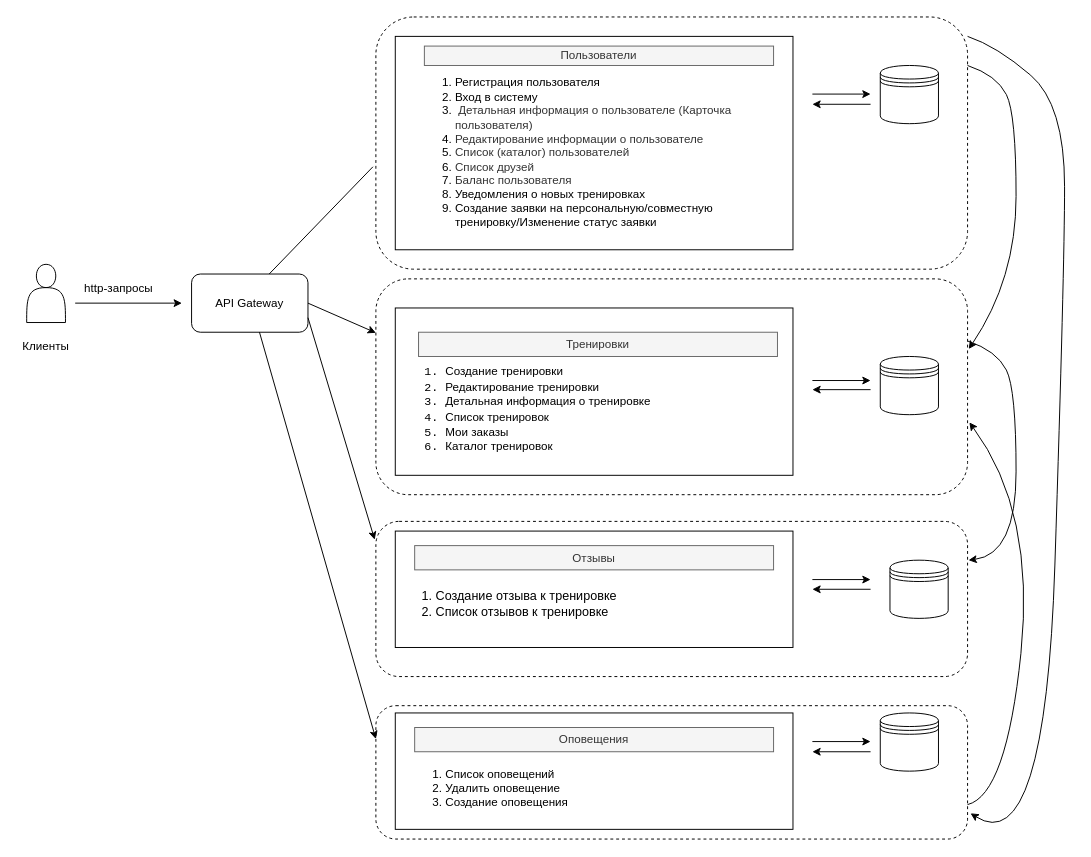
This is specification.drawio from GSotskova/FitFriends, a draw.io file, before an edit. Source tidied: cells renumbered, new cells numbered last; positions are measured from the earlier drawing's top-left corner, leaving out a move shared by most shapes. Both pictures are drawn from the tidied source at 97%, with x=0, y=0 at pixel (16, 16).
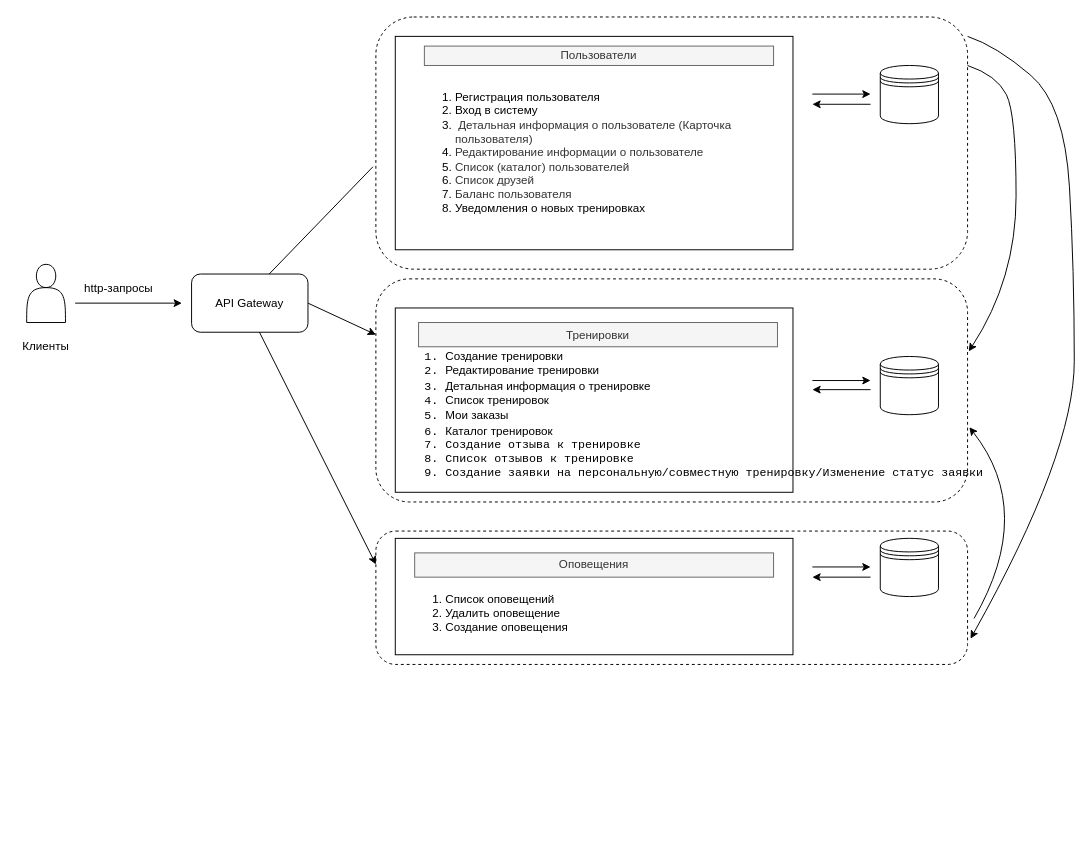
The same page after the edit.

Diff of the diagram source:
```diff
@@
     <mxCell id="2" style="rounded=1;whiteSpace=wrap;html=1;fillColor=none;dashed=1;" parent="1" vertex="1">
-      <mxGeometry x="370" y="710" width="610" height="137.5" as="geometry" />
+      <mxGeometry x="370" y="530" width="610" height="137.5" as="geometry" />
     </mxCell>
@@
     <mxCell id="4" style="rounded=1;whiteSpace=wrap;html=1;fillColor=none;dashed=1;" parent="1" vertex="1">
-      <mxGeometry x="370" y="270" width="610" height="222.5" as="geometry" />
+      <mxGeometry x="370" y="270" width="610" height="230" as="geometry" />
     </mxCell>
-    <mxCell id="5" style="rounded=1;whiteSpace=wrap;html=1;fillColor=none;dashed=1;" parent="1" vertex="1">
-      <mxGeometry x="370" y="520" width="610" height="160" as="geometry" />
-    </mxCell>
@@
     <mxCell id="12" style="rounded=0;whiteSpace=wrap;html=1;" parent="1" vertex="1">
-      <mxGeometry x="390" y="300" width="410" height="172.5" as="geometry" />
+      <mxGeometry x="390" y="300" width="410" height="190" as="geometry" />
     </mxCell>
-    <mxCell id="13" style="rounded=0;whiteSpace=wrap;html=1;" parent="1" vertex="1">
-      <mxGeometry x="390" y="530" width="410" height="120" as="geometry" />
-    </mxCell>
@@
-    <mxCell id="16" style="shape=datastore;whiteSpace=wrap;html=1;" parent="1" vertex="1">
-      <mxGeometry x="900" y="560" width="60" height="60" as="geometry" />
-    </mxCell>
@@
-    <mxCell id="19" style="endArrow=classic;html=1;rounded=0;" parent="1" edge="1">
-      <mxGeometry relative="1" as="geometry">
-        <mxPoint x="820" y="580" as="sourcePoint" />
-        <mxPoint x="880" y="580" as="targetPoint" />
-      </mxGeometry>
-    </mxCell>
@@
-    <mxCell id="22" style="endArrow=classic;html=1;rounded=0;" parent="1" edge="1">
-      <mxGeometry relative="1" as="geometry">
-        <mxPoint x="880" y="590" as="sourcePoint" />
-        <mxPoint x="820" y="590" as="targetPoint" />
-      </mxGeometry>
-    </mxCell>
@@
     <mxCell id="24" value="Тренировки" style="text;align=center;html=1;verticalAlign=middle;whiteSpace=wrap;rounded=0;labelBorderColor=none;fillColor=#f5f5f5;fontColor=#333333;strokeColor=#666666;" parent="1" vertex="1">
-      <mxGeometry x="414" y="325" width="370" height="25" as="geometry" />
+      <mxGeometry x="414" y="315" width="370" height="25" as="geometry" />
     </mxCell>
-    <mxCell id="25" value="Отзывы" style="text;align=center;html=1;verticalAlign=middle;whiteSpace=wrap;rounded=0;labelBorderColor=none;fillColor=#f5f5f5;fontColor=#333333;strokeColor=#666666;" parent="1" vertex="1">
-      <mxGeometry x="410" y="545" width="370" height="25" as="geometry" />
-    </mxCell>
-    <mxCell id="26" value="&lt;p style=&quot;font-size: 12px;&quot;&gt;&lt;/p&gt;&lt;ol style=&quot;font-size: 12px;&quot;&gt;&lt;li style=&quot;font-size: 12px;&quot;&gt;Регистрация пользователя&lt;br&gt;&lt;/li&gt;&lt;li style=&quot;font-size: 12px;&quot;&gt;Вход в систему&lt;/li&gt;&lt;li style=&quot;font-size: 12px;&quot;&gt;&lt;span style=&quot;background-color: rgb(255, 255, 255); color: rgb(51, 51, 51); font-family: &amp;quot;TT Norms Pro&amp;quot;, Arial, sans-serif; font-variant-ligatures: none; font-size: 12px;&quot;&gt;&amp;nbsp;Детальная информация о пользователе (Карточка пользователя)&lt;br&gt;&lt;/span&gt;&lt;/li&gt;&lt;li style=&quot;font-size: 12px;&quot;&gt;&lt;span style=&quot;background-color: rgb(255, 255, 255); color: rgb(51, 51, 51); font-family: &amp;quot;TT Norms Pro&amp;quot;, Arial, sans-serif; font-variant-ligatures: none; font-size: 12px;&quot;&gt;Редактирование информации о пользователе&lt;br&gt;&lt;/span&gt;&lt;/li&gt;&lt;li style=&quot;font-size: 12px;&quot;&gt;&lt;span style=&quot;background-color: rgb(255, 255, 255); color: rgb(51, 51, 51); font-family: &amp;quot;TT Norms Pro&amp;quot;, Arial, sans-serif; font-variant-ligatures: none; font-size: 12px;&quot;&gt;Список (каталог) пользователей&lt;br&gt;&lt;/span&gt;&lt;/li&gt;&lt;li style=&quot;font-size: 12px;&quot;&gt;&lt;span style=&quot;background-color: rgb(255, 255, 255); color: rgb(51, 51, 51); font-family: &amp;quot;TT Norms Pro&amp;quot;, Arial, sans-serif; font-variant-ligatures: none; font-size: 12px;&quot;&gt;Список друзей&lt;br&gt;&lt;/span&gt;&lt;/li&gt;&lt;li style=&quot;font-size: 12px;&quot;&gt;&lt;span style=&quot;background-color: rgb(255, 255, 255); color: rgb(51, 51, 51); font-family: &amp;quot;TT Norms Pro&amp;quot;, Arial, sans-serif; font-variant-ligatures: none; font-size: 12px;&quot;&gt;Баланс пользователя&lt;br&gt;&lt;/span&gt;&lt;/li&gt;&lt;li style=&quot;border-color: var(--border-color);&quot;&gt;Уведомления о новых тренировках&lt;/li&gt;&lt;li style=&quot;border-color: var(--border-color);&quot;&gt;Создание заявки на персональную/совместную тренировку/Изменение статус заявки&lt;/li&gt;&lt;/ol&gt;&lt;p style=&quot;font-size: 12px;&quot;&gt;&lt;/p&gt;" style="text;strokeColor=none;align=left;fillColor=none;html=1;verticalAlign=middle;whiteSpace=wrap;rounded=0;fontSize=12;" parent="1" vertex="1">
+    <mxCell id="26" value="&lt;p style=&quot;font-size: 12px;&quot;&gt;&lt;/p&gt;&lt;ol style=&quot;font-size: 12px;&quot;&gt;&lt;li style=&quot;font-size: 12px;&quot;&gt;Регистрация пользователя&lt;br&gt;&lt;/li&gt;&lt;li style=&quot;font-size: 12px;&quot;&gt;Вход в систему&lt;/li&gt;&lt;li style=&quot;font-size: 12px;&quot;&gt;&lt;span style=&quot;background-color: rgb(255, 255, 255); color: rgb(51, 51, 51); font-family: &amp;quot;TT Norms Pro&amp;quot;, Arial, sans-serif; font-variant-ligatures: none; font-size: 12px;&quot;&gt;&amp;nbsp;Детальная информация о пользователе (Карточка пользователя)&lt;br&gt;&lt;/span&gt;&lt;/li&gt;&lt;li style=&quot;font-size: 12px;&quot;&gt;&lt;span style=&quot;background-color: rgb(255, 255, 255); color: rgb(51, 51, 51); font-family: &amp;quot;TT Norms Pro&amp;quot;, Arial, sans-serif; font-variant-ligatures: none; font-size: 12px;&quot;&gt;Редактирование информации о пользователе&lt;br&gt;&lt;/span&gt;&lt;/li&gt;&lt;li style=&quot;font-size: 12px;&quot;&gt;&lt;span style=&quot;background-color: rgb(255, 255, 255); color: rgb(51, 51, 51); font-family: &amp;quot;TT Norms Pro&amp;quot;, Arial, sans-serif; font-variant-ligatures: none; font-size: 12px;&quot;&gt;Список (каталог) пользователей&lt;br&gt;&lt;/span&gt;&lt;/li&gt;&lt;li style=&quot;font-size: 12px;&quot;&gt;&lt;span style=&quot;background-color: rgb(255, 255, 255); color: rgb(51, 51, 51); font-family: &amp;quot;TT Norms Pro&amp;quot;, Arial, sans-serif; font-variant-ligatures: none; font-size: 12px;&quot;&gt;Список друзей&lt;br&gt;&lt;/span&gt;&lt;/li&gt;&lt;li style=&quot;font-size: 12px;&quot;&gt;&lt;span style=&quot;background-color: rgb(255, 255, 255); color: rgb(51, 51, 51); font-family: &amp;quot;TT Norms Pro&amp;quot;, Arial, sans-serif; font-variant-ligatures: none; font-size: 12px;&quot;&gt;Баланс пользователя&lt;br&gt;&lt;/span&gt;&lt;/li&gt;&lt;li style=&quot;border-color: var(--border-color);&quot;&gt;Уведомления о новых тренировках&lt;/li&gt;&lt;/ol&gt;&lt;p style=&quot;font-size: 12px;&quot;&gt;&lt;/p&gt;" style="text;strokeColor=none;align=left;fillColor=none;html=1;verticalAlign=middle;whiteSpace=wrap;rounded=0;fontSize=12;" parent="1" vertex="1">
       <mxGeometry x="410" y="100" width="350" height="80" as="geometry" />
     </mxCell>
-    <mxCell id="27" value="&lt;p style=&quot;font-size: 12px;&quot;&gt;&lt;/p&gt;&lt;pre style=&quot;font-size: 12px;&quot;&gt;&lt;p style=&quot;font-size: 12px;&quot;&gt;&lt;/p&gt;&lt;p style=&quot;font-size: 12px;&quot;&gt;&lt;/p&gt;&lt;p style=&quot;font-size: 12px;&quot;&gt;&lt;/p&gt;&lt;ol style=&quot;font-size: 12px;&quot;&gt;&lt;li style=&quot;font-size: 12px;&quot;&gt;&lt;font face=&quot;Helvetica&quot;&gt;Создание тренировки&lt;br&gt;&lt;/font&gt;&lt;/li&gt;&lt;li style=&quot;font-size: 12px;&quot;&gt;&lt;font face=&quot;Helvetica&quot;&gt;Редактирование тренировки&lt;br&gt;&lt;/font&gt;&lt;/li&gt;&lt;li style=&quot;font-size: 12px;&quot;&gt;&lt;font face=&quot;Helvetica&quot;&gt;Детальная информация о тренировке&lt;br&gt;&lt;/font&gt;&lt;/li&gt;&lt;li style=&quot;font-size: 12px;&quot;&gt;&lt;font face=&quot;Helvetica&quot;&gt;Список тренировок&lt;br&gt;&lt;/font&gt;&lt;/li&gt;&lt;li style=&quot;font-size: 12px;&quot;&gt;&lt;font face=&quot;Helvetica&quot;&gt;Мои заказы&lt;/font&gt;&lt;/li&gt;&lt;li style=&quot;font-size: 12px;&quot;&gt;&lt;font face=&quot;Helvetica&quot;&gt;Каталог тренировок&lt;/font&gt;&lt;br&gt;&lt;/li&gt;&lt;/ol&gt;&lt;p style=&quot;font-size: 12px;&quot;&gt;&lt;/p&gt;&lt;p style=&quot;font-size: 12px;&quot;&gt;&lt;/p&gt;&lt;p style=&quot;font-size: 12px;&quot;&gt;&lt;/p&gt;&lt;/pre&gt;&lt;p style=&quot;font-size: 12px;&quot;&gt;&lt;/p&gt;&lt;div style=&quot;font-size: 12px;&quot;&gt;&lt;/div&gt;" style="text;strokeColor=none;align=left;fillColor=none;html=1;verticalAlign=middle;whiteSpace=wrap;rounded=0;fontSize=12;fontFamily=Helvetica;" parent="1" vertex="1">
-      <mxGeometry x="400" y="390" width="390" height="30" as="geometry" />
+    <mxCell id="27" value="&lt;p style=&quot;font-size: 12px;&quot;&gt;&lt;/p&gt;&lt;pre style=&quot;font-size: 12px;&quot;&gt;&lt;p style=&quot;font-size: 12px;&quot;&gt;&lt;/p&gt;&lt;p style=&quot;font-size: 12px;&quot;&gt;&lt;/p&gt;&lt;p style=&quot;font-size: 12px;&quot;&gt;&lt;/p&gt;&lt;ol style=&quot;font-size: 12px;&quot;&gt;&lt;li style=&quot;font-size: 12px;&quot;&gt;&lt;font face=&quot;Helvetica&quot;&gt;Создание тренировки&lt;br&gt;&lt;/font&gt;&lt;/li&gt;&lt;li style=&quot;font-size: 12px;&quot;&gt;&lt;font face=&quot;Helvetica&quot;&gt;Редактирование тренировки&lt;br&gt;&lt;/font&gt;&lt;/li&gt;&lt;li style=&quot;font-size: 12px;&quot;&gt;&lt;font face=&quot;Helvetica&quot;&gt;Детальная информация о тренировке&lt;br&gt;&lt;/font&gt;&lt;/li&gt;&lt;li style=&quot;font-size: 12px;&quot;&gt;&lt;font face=&quot;Helvetica&quot;&gt;Список тренировок&lt;br&gt;&lt;/font&gt;&lt;/li&gt;&lt;li style=&quot;font-size: 12px;&quot;&gt;&lt;font face=&quot;Helvetica&quot;&gt;Мои заказы&lt;/font&gt;&lt;/li&gt;&lt;li style=&quot;font-size: 12px;&quot;&gt;&lt;font face=&quot;Helvetica&quot;&gt;Каталог тренировок&lt;/font&gt;&lt;/li&gt;&lt;li style=&quot;font-size: 12px;&quot;&gt;Создание отзыва к тренировке&lt;/li&gt;&lt;li style=&quot;font-size: 12px;&quot;&gt;Список отзывов к тренировке&lt;/li&gt;&lt;li style=&quot;border-color: var(--border-color);&quot;&gt;Создание заявки на персональную/совместную тренировку/Изменение статус заявки&lt;/li&gt;&lt;/ol&gt;&lt;p style=&quot;font-size: 12px;&quot;&gt;&lt;/p&gt;&lt;p style=&quot;font-size: 12px;&quot;&gt;&lt;/p&gt;&lt;p style=&quot;font-size: 12px;&quot;&gt;&lt;/p&gt;&lt;/pre&gt;&lt;p style=&quot;font-size: 12px;&quot;&gt;&lt;/p&gt;&lt;div style=&quot;font-size: 12px;&quot;&gt;&lt;/div&gt;" style="text;strokeColor=none;align=left;fillColor=none;html=1;verticalAlign=middle;whiteSpace=wrap;rounded=0;fontSize=12;fontFamily=Helvetica;" parent="1" vertex="1">
+      <mxGeometry x="400" y="390" width="360" height="40" as="geometry" />
     </mxCell>
-    <mxCell id="28" value="&lt;ol style=&quot;font-size: 13px;&quot;&gt;&lt;li style=&quot;border-color: var(--border-color); font-size: 13px;&quot;&gt;Создание отзыва к тренировке&lt;/li&gt;&lt;li style=&quot;border-color: var(--border-color); font-size: 13px;&quot;&gt;&lt;span style=&quot;border-color: var(--border-color); background-color: initial; font-size: 13px;&quot;&gt;Список отзывов к тренировке&lt;/span&gt;&lt;/li&gt;&lt;/ol&gt;" style="text;strokeColor=none;align=left;fillColor=none;html=1;verticalAlign=middle;whiteSpace=wrap;rounded=0;fontSize=13;" parent="1" vertex="1">
-      <mxGeometry x="390" y="590" width="420" height="30" as="geometry" />
-    </mxCell>
     <mxCell id="29" style="rounded=0;whiteSpace=wrap;html=1;" parent="1" vertex="1">
-      <mxGeometry x="390" y="717.5" width="410" height="120" as="geometry" />
+      <mxGeometry x="390" y="537.5" width="410" height="120" as="geometry" />
     </mxCell>
     <mxCell id="30" style="shape=datastore;whiteSpace=wrap;html=1;" parent="1" vertex="1">
-      <mxGeometry x="890" y="717.5" width="60" height="60" as="geometry" />
+      <mxGeometry x="890" y="537.5" width="60" height="60" as="geometry" />
     </mxCell>
     <mxCell id="31" style="endArrow=classic;html=1;rounded=0;" parent="1" edge="1">
       <mxGeometry relative="1" as="geometry">
-        <mxPoint x="820" y="747" as="sourcePoint" />
-        <mxPoint x="880" y="747" as="targetPoint" />
+        <mxPoint x="820" y="567" as="sourcePoint" />
+        <mxPoint x="880" y="567" as="targetPoint" />
       </mxGeometry>
     </mxCell>
     <mxCell id="32" style="endArrow=classic;html=1;rounded=0;" parent="1" edge="1">
       <mxGeometry relative="1" as="geometry">
-        <mxPoint x="880" y="757.5" as="sourcePoint" />
-        <mxPoint x="820" y="757.5" as="targetPoint" />
+        <mxPoint x="880" y="577.5" as="sourcePoint" />
+        <mxPoint x="820" y="577.5" as="targetPoint" />
       </mxGeometry>
     </mxCell>
     <mxCell id="33" value="Оповещения" style="text;align=center;html=1;verticalAlign=middle;whiteSpace=wrap;rounded=0;labelBorderColor=none;fillColor=#f5f5f5;fontColor=#333333;strokeColor=#666666;" parent="1" vertex="1">
-      <mxGeometry x="410" y="732.5" width="370" height="25" as="geometry" />
+      <mxGeometry x="410" y="552.5" width="370" height="25" as="geometry" />
     </mxCell>
     <mxCell id="34" value="&lt;ol&gt;&lt;li&gt;Список оповещений&lt;/li&gt;&lt;li&gt;Удалить оповещение&lt;br&gt;&lt;/li&gt;&lt;li&gt;Создание оповещения&lt;br&gt;&lt;/li&gt;&lt;/ol&gt;" style="text;strokeColor=none;align=left;fillColor=none;html=1;verticalAlign=middle;whiteSpace=wrap;rounded=0;" parent="1" vertex="1">
-      <mxGeometry x="400" y="762.5" width="380" height="65" as="geometry" />
+      <mxGeometry x="400" y="582.5" width="380" height="65" as="geometry" />
     </mxCell>
@@
-    <mxCell id="36" style="curved=1;endArrow=classic;html=1;rounded=0;entryX=1.002;entryY=0.325;entryDx=0;entryDy=0;entryPerimeter=0;" parent="1" edge="1">
-      <mxGeometry relative="1" as="geometry">
-        <mxPoint x="980" y="334" as="sourcePoint" />
-        <mxPoint x="981" y="560" as="targetPoint" />
-        <Array as="points">
-          <mxPoint x="980" y="334" />
-          <mxPoint x="1010" y="344" />
-          <mxPoint x="1030" y="384" />
-          <mxPoint x="1030" y="554" />
-        </Array>
-      </mxGeometry>
-    </mxCell>
-    <mxCell id="37" style="curved=1;endArrow=classic;html=1;rounded=0;entryX=1.003;entryY=0.665;entryDx=0;entryDy=0;entryPerimeter=0;" parent="1" edge="1" target="4">
+    <mxCell id="37" style="curved=1;endArrow=classic;html=1;rounded=0;entryX=1.003;entryY=0.665;entryDx=0;entryDy=0;entryPerimeter=0;exitX=1.011;exitY=0.655;exitDx=0;exitDy=0;exitPerimeter=0;" parent="1" edge="1" source="2" target="4">
       <mxGeometry relative="1" as="geometry">
-        <mxPoint x="980" y="812" as="sourcePoint" />
         <Array as="points">
-          <mxPoint x="1020" y="802" />
           <mxPoint x="1050" y="510" />
         </Array>
       </mxGeometry>
     </mxCell>
     <mxCell id="38" style="curved=1;endArrow=classic;html=1;rounded=0;entryX=1.005;entryY=0.807;entryDx=0;entryDy=0;entryPerimeter=0;" parent="1" edge="1" target="2">
       <mxGeometry relative="1" as="geometry">
         <mxPoint x="980" y="20" as="sourcePoint" />
         <Array as="points">
           <mxPoint x="980" y="20" />
           <mxPoint x="1010" y="30" />
           <mxPoint x="1080" y="90" />
-          <mxPoint x="1080" y="260" />
-          <mxPoint x="1060" y="870" />
+          <mxPoint x="1090" y="260" />
+          <mxPoint x="1090" y="450" />
         </Array>
       </mxGeometry>
     </mxCell>
@@
-    <mxCell id="41" style="endArrow=classic;html=1;rounded=0;entryX=-0.002;entryY=0.118;entryDx=0;entryDy=0;entryPerimeter=0;" parent="1" edge="1" target="5">
-      <mxGeometry relative="1" as="geometry">
-        <mxPoint x="300" y="310" as="sourcePoint" />
-      </mxGeometry>
-    </mxCell>
```
